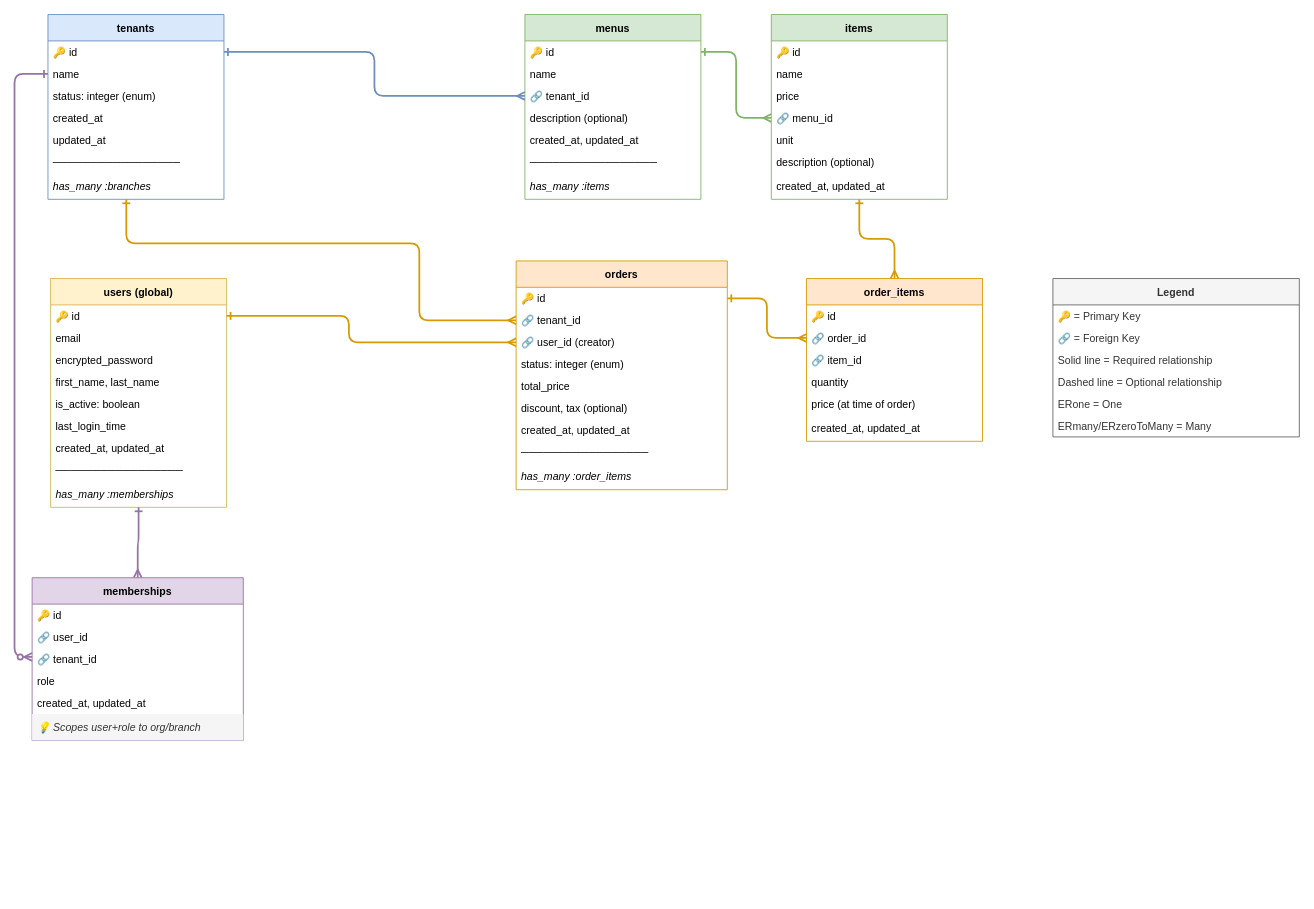
Earlier version of the draw.io diagram structure.drawio (shyamsarkar/Restaurants). Source tidied: cells renumbered, new cells numbered last; positions are measured from the earlier drawing's top-left corner, leaving out a move shared by most shapes. Both pictures are drawn from the tidied source at 88%, with x=0, y=0 at pixel (14, 14).
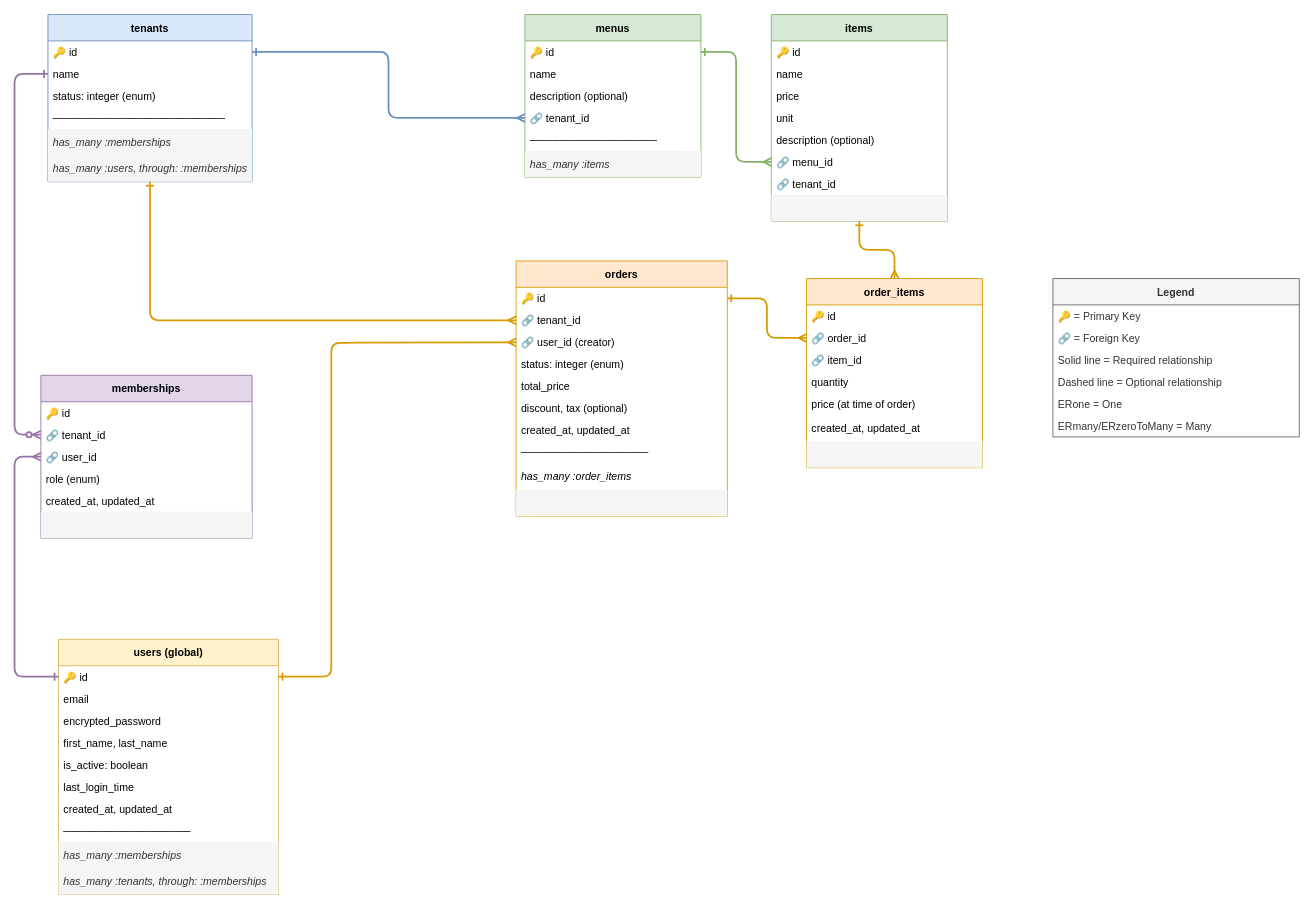
After the change.

Commit message (it also covers changes not shown here):
Database Structure updated

The change refers to these unchanged cells:
```xml
<mxCell id="45" value="🔗 tenant_id" style="text;strokeColor=none;fillColor=none;align=left;verticalAlign=middle;spacingLeft=4;spacingRight=4;overflow=hidden;points=[[0,0.5],[1,0.5]];portConstraint=eastwest;" parent="43" vertex="1">
  <mxGeometry y="55" width="240" height="25" as="geometry" />
</mxCell>
<mxCell id="46" value="🔗 user_id (creator)" style="text;strokeColor=none;fillColor=none;align=left;verticalAlign=middle;spacingLeft=4;spacingRight=4;overflow=hidden;points=[[0,0.5],[1,0.5]];portConstraint=eastwest;" parent="43" vertex="1">
  <mxGeometry y="80" width="240" height="25" as="geometry" />
</mxCell>
```

Diff of the diagram source:
```diff
@@
     <mxCell id="2" value="tenants" style="swimlane;fontStyle=1;horizontal=1;startSize=30;fillColor=#dae8fc;strokeColor=#6c8ebf;" parent="1" vertex="1">
-      <mxGeometry x="38" width="200" height="210" as="geometry" />
+      <mxGeometry x="38" width="232" height="190" as="geometry" />
     </mxCell>
     <mxCell id="3" value="🔑 id" style="text;strokeColor=none;fillColor=none;align=left;verticalAlign=middle;spacingLeft=4;spacingRight=4;overflow=hidden;points=[[0,0.5],[1,0.5]];portConstraint=eastwest;" parent="2" vertex="1">
-      <mxGeometry y="30" width="200" height="25" as="geometry" />
+      <mxGeometry y="30" width="232" height="25" as="geometry" />
     </mxCell>
     <mxCell id="4" value="name" style="text;strokeColor=none;fillColor=none;align=left;verticalAlign=middle;spacingLeft=4;spacingRight=4;overflow=hidden;points=[[0,0.5],[1,0.5]];portConstraint=eastwest;" parent="2" vertex="1">
-      <mxGeometry y="55" width="200" height="25" as="geometry" />
+      <mxGeometry y="55" width="232" height="25" as="geometry" />
     </mxCell>
     <mxCell id="5" value="status: integer (enum)" style="text;strokeColor=none;fillColor=none;align=left;verticalAlign=middle;spacingLeft=4;spacingRight=4;overflow=hidden;" parent="2" vertex="1">
-      <mxGeometry y="80" width="200" height="25" as="geometry" />
+      <mxGeometry y="80" width="232" height="25" as="geometry" />
     </mxCell>
-    <mxCell id="6" value="created_at" style="text;strokeColor=none;fillColor=none;align=left;verticalAlign=middle;spacingLeft=4;spacingRight=4;overflow=hidden;" parent="2" vertex="1">
-      <mxGeometry y="105" width="200" height="25" as="geometry" />
-    </mxCell>
-    <mxCell id="7" value="updated_at" style="text;strokeColor=none;fillColor=none;align=left;verticalAlign=middle;spacingLeft=4;spacingRight=4;overflow=hidden;" parent="2" vertex="1">
-      <mxGeometry y="130" width="200" height="25" as="geometry" />
-    </mxCell>
-    <mxCell id="8" value="─────────────────" style="text;strokeColor=none;fillColor=none;align=left;verticalAlign=middle;spacingLeft=4;spacingRight=4;overflow=hidden;fontStyle=2;" parent="2" vertex="1">
-      <mxGeometry y="155" width="200" height="25" as="geometry" />
+    <mxCell id="8" value="───────────────────────" style="text;strokeColor=none;fillColor=none;align=left;verticalAlign=middle;spacingLeft=4;spacingRight=4;overflow=hidden;fontStyle=2;" parent="2" vertex="1">
+      <mxGeometry y="105" width="232" height="25" as="geometry" />
     </mxCell>
-    <mxCell id="9" value="has_many :branches" style="text;strokeColor=none;fillColor=none;align=left;verticalAlign=middle;spacingLeft=4;spacingRight=4;overflow=hidden;points=[[0,0.5],[1,0.5]];portConstraint=eastwest;fontStyle=2;" parent="2" vertex="1">
-      <mxGeometry y="180" width="200" height="30" as="geometry" />
-    </mxCell>
+    <mxCell id="75" value="has_many :memberships" style="text;strokeColor=none;fillColor=#f5f5f5;align=left;verticalAlign=middle;spacingLeft=4;spacingRight=4;overflow=hidden;fontStyle=2;fontColor=#333333;" parent="2" vertex="1">
+      <mxGeometry y="130" width="232" height="30" as="geometry" />
+    </mxCell>
+    <mxCell id="76" value="has_many :users, through: :memberships" style="text;strokeColor=none;fillColor=#f5f5f5;align=left;verticalAlign=middle;spacingLeft=4;spacingRight=4;overflow=hidden;fontStyle=2;fontColor=#333333;" parent="2" vertex="1">
+      <mxGeometry y="160" width="232" height="30" as="geometry" />
+    </mxCell>
     <mxCell id="10" value="users (global)" style="swimlane;fontStyle=1;horizontal=1;startSize=30;fillColor=#fff2cc;strokeColor=#d6b656;" parent="1" vertex="1">
-      <mxGeometry x="41" y="300" width="200" height="260" as="geometry" />
+      <mxGeometry x="50" y="710" width="250" height="290" as="geometry" />
     </mxCell>
     <mxCell id="11" value="🔑 id" style="text;strokeColor=none;fillColor=none;align=left;verticalAlign=middle;spacingLeft=4;spacingRight=4;overflow=hidden;points=[[0,0.5],[1,0.5]];portConstraint=eastwest;" parent="10" vertex="1">
-      <mxGeometry y="30" width="200" height="25" as="geometry" />
+      <mxGeometry y="30" width="250" height="25" as="geometry" />
     </mxCell>
     <mxCell id="12" value="email" style="text;strokeColor=none;fillColor=none;align=left;verticalAlign=middle;spacingLeft=4;spacingRight=4;overflow=hidden;" parent="10" vertex="1">
-      <mxGeometry y="55" width="200" height="25" as="geometry" />
+      <mxGeometry y="55" width="250" height="25" as="geometry" />
     </mxCell>
     <mxCell id="13" value="encrypted_password" style="text;strokeColor=none;fillColor=none;align=left;verticalAlign=middle;spacingLeft=4;spacingRight=4;overflow=hidden;" parent="10" vertex="1">
-      <mxGeometry y="80" width="200" height="25" as="geometry" />
+      <mxGeometry y="80" width="250" height="25" as="geometry" />
     </mxCell>
     <mxCell id="14" value="first_name, last_name" style="text;strokeColor=none;fillColor=none;align=left;verticalAlign=middle;spacingLeft=4;spacingRight=4;overflow=hidden;" parent="10" vertex="1">
-      <mxGeometry y="105" width="200" height="25" as="geometry" />
+      <mxGeometry y="105" width="250" height="25" as="geometry" />
     </mxCell>
     <mxCell id="15" value="is_active: boolean" style="text;strokeColor=none;fillColor=none;align=left;verticalAlign=middle;spacingLeft=4;spacingRight=4;overflow=hidden;" parent="10" vertex="1">
-      <mxGeometry y="130" width="200" height="25" as="geometry" />
+      <mxGeometry y="130" width="250" height="25" as="geometry" />
     </mxCell>
     <mxCell id="16" value="last_login_time" style="text;strokeColor=none;fillColor=none;align=left;verticalAlign=middle;spacingLeft=4;spacingRight=4;overflow=hidden;" parent="10" vertex="1">
-      <mxGeometry y="155" width="200" height="25" as="geometry" />
+      <mxGeometry y="155" width="250" height="25" as="geometry" />
     </mxCell>
     <mxCell id="17" value="created_at, updated_at" style="text;strokeColor=none;fillColor=none;align=left;verticalAlign=middle;spacingLeft=4;spacingRight=4;overflow=hidden;" parent="10" vertex="1">
-      <mxGeometry y="180" width="200" height="25" as="geometry" />
+      <mxGeometry y="180" width="250" height="25" as="geometry" />
     </mxCell>
     <mxCell id="18" value="─────────────────" style="text;strokeColor=none;fillColor=none;align=left;verticalAlign=middle;spacingLeft=4;spacingRight=4;overflow=hidden;fontStyle=2;" parent="10" vertex="1">
-      <mxGeometry y="205" width="200" height="25" as="geometry" />
+      <mxGeometry y="205" width="250" height="25" as="geometry" />
     </mxCell>
-    <mxCell id="19" value="has_many :memberships" style="text;strokeColor=none;fillColor=none;align=left;verticalAlign=middle;spacingLeft=4;spacingRight=4;overflow=hidden;fontStyle=2;" parent="10" vertex="1">
-      <mxGeometry y="230" width="200" height="30" as="geometry" />
-    </mxCell>
+    <mxCell id="77" value="has_many :memberships" style="text;strokeColor=none;fillColor=#f5f5f5;align=left;verticalAlign=middle;spacingLeft=4;spacingRight=4;overflow=hidden;fontStyle=2;fontColor=#333333;" parent="10" vertex="1">
+      <mxGeometry y="230" width="250" height="30" as="geometry" />
+    </mxCell>
+    <mxCell id="78" value="has_many :tenants, through: :memberships" style="text;strokeColor=none;fillColor=#f5f5f5;align=left;verticalAlign=middle;spacingLeft=4;spacingRight=4;overflow=hidden;fontStyle=2;fontColor=#333333;" parent="10" vertex="1">
+      <mxGeometry y="260" width="250" height="30" as="geometry" />
+    </mxCell>
     <mxCell id="20" value="memberships" style="swimlane;fontStyle=1;horizontal=1;startSize=30;fillColor=#e1d5e7;strokeColor=#9673a6;" parent="1" vertex="1">
-      <mxGeometry x="20" y="640" width="240" height="185" as="geometry" />
+      <mxGeometry x="30" y="410" width="240" height="185" as="geometry" />
     </mxCell>
@@
+    <mxCell id="23" value="🔗 tenant_id" style="text;strokeColor=none;fillColor=none;align=left;verticalAlign=middle;spacingLeft=4;spacingRight=4;overflow=hidden;points=[[0,0.5],[1,0.5]];portConstraint=eastwest;" parent="20" vertex="1">
+      <mxGeometry y="55" width="240" height="25" as="geometry" />
+    </mxCell>
     <mxCell id="22" value="🔗 user_id" style="text;strokeColor=none;fillColor=none;align=left;verticalAlign=middle;spacingLeft=4;spacingRight=4;overflow=hidden;points=[[0,0.5],[1,0.5]];portConstraint=eastwest;" parent="20" vertex="1">
-      <mxGeometry y="55" width="240" height="25" as="geometry" />
+      <mxGeometry y="80" width="240" height="25" as="geometry" />
     </mxCell>
-    <mxCell id="23" value="🔗 tenant_id" style="text;strokeColor=none;fillColor=none;align=left;verticalAlign=middle;spacingLeft=4;spacingRight=4;overflow=hidden;points=[[0,0.5],[1,0.5]];portConstraint=eastwest;" parent="20" vertex="1">
-      <mxGeometry y="80" width="240" height="25" as="geometry" />
-    </mxCell>
-    <mxCell id="24" value="role" style="text;strokeColor=none;fillColor=none;align=left;verticalAlign=middle;spacingLeft=4;spacingRight=4;overflow=hidden;" parent="20" vertex="1">
+    <mxCell id="24" value="role (enum)" style="text;strokeColor=none;fillColor=none;align=left;verticalAlign=middle;spacingLeft=4;spacingRight=4;overflow=hidden;" parent="20" vertex="1">
       <mxGeometry y="105" width="240" height="25" as="geometry" />
     </mxCell>
@@
-    <mxCell id="26" value="💡 Scopes user+role to org/branch" style="text;strokeColor=none;fillColor=#f5f5f5;align=left;verticalAlign=middle;spacingLeft=4;spacingRight=4;overflow=hidden;fontStyle=2;fontColor=#333333;" parent="20" vertex="1">
+    <mxCell id="26" style="text;strokeColor=none;fillColor=#f5f5f5;align=left;verticalAlign=middle;spacingLeft=4;spacingRight=4;overflow=hidden;fontStyle=2;fontColor=#333333;" parent="20" vertex="1">
       <mxGeometry y="155" width="240" height="30" as="geometry" />
     </mxCell>
     <mxCell id="27" value="menus" style="swimlane;fontStyle=1;horizontal=1;startSize=30;fillColor=#d5e8d4;strokeColor=#82b366;" parent="1" vertex="1">
-      <mxGeometry x="580" width="200" height="210" as="geometry" />
+      <mxGeometry x="580" width="200" height="185" as="geometry" />
     </mxCell>
@@
+    <mxCell id="31" value="description (optional)" style="text;strokeColor=none;fillColor=none;align=left;verticalAlign=middle;spacingLeft=4;spacingRight=4;overflow=hidden;" parent="27" vertex="1">
+      <mxGeometry y="80" width="200" height="25" as="geometry" />
+    </mxCell>
     <mxCell id="30" value="🔗 tenant_id" style="text;strokeColor=none;fillColor=none;align=left;verticalAlign=middle;spacingLeft=4;spacingRight=4;overflow=hidden;points=[[0,0.5],[1,0.5]];portConstraint=eastwest;" parent="27" vertex="1">
-      <mxGeometry y="80" width="200" height="25" as="geometry" />
+      <mxGeometry y="105" width="200" height="25" as="geometry" />
     </mxCell>
-    <mxCell id="31" value="description (optional)" style="text;strokeColor=none;fillColor=none;align=left;verticalAlign=middle;spacingLeft=4;spacingRight=4;overflow=hidden;" parent="27" vertex="1">
-      <mxGeometry y="105" width="200" height="25" as="geometry" />
-    </mxCell>
-    <mxCell id="32" value="created_at, updated_at" style="text;strokeColor=none;fillColor=none;align=left;verticalAlign=middle;spacingLeft=4;spacingRight=4;overflow=hidden;" parent="27" vertex="1">
-      <mxGeometry y="130" width="200" height="25" as="geometry" />
-    </mxCell>
     <mxCell id="33" value="─────────────────" style="text;strokeColor=none;fillColor=none;align=left;verticalAlign=middle;spacingLeft=4;spacingRight=4;overflow=hidden;fontStyle=2;" parent="27" vertex="1">
-      <mxGeometry y="155" width="200" height="25" as="geometry" />
+      <mxGeometry y="130" width="200" height="25" as="geometry" />
     </mxCell>
-    <mxCell id="34" value="has_many :items" style="text;strokeColor=none;fillColor=none;align=left;verticalAlign=middle;spacingLeft=4;spacingRight=4;overflow=hidden;fontStyle=2;" parent="27" vertex="1">
-      <mxGeometry y="180" width="200" height="30" as="geometry" />
+    <mxCell id="34" value="has_many :items" style="text;strokeColor=none;fillColor=#f5f5f5;align=left;verticalAlign=middle;spacingLeft=4;spacingRight=4;overflow=hidden;fontStyle=2;fontColor=#333333;" parent="27" vertex="1">
+      <mxGeometry y="155" width="200" height="30" as="geometry" />
     </mxCell>
     <mxCell id="35" value="items" style="swimlane;fontStyle=1;horizontal=1;startSize=30;fillColor=#d5e8d4;strokeColor=#82b366;" parent="1" vertex="1">
-      <mxGeometry x="860" width="200" height="210" as="geometry" />
+      <mxGeometry x="860" width="200" height="235" as="geometry" />
     </mxCell>
@@
-    <mxCell id="39" value="🔗 menu_id" style="text;strokeColor=none;fillColor=none;align=left;verticalAlign=middle;spacingLeft=4;spacingRight=4;overflow=hidden;points=[[0,0.5],[1,0.5]];portConstraint=eastwest;" parent="35" vertex="1">
-      <mxGeometry y="105" width="200" height="25" as="geometry" />
-    </mxCell>
     <mxCell id="40" value="unit" style="text;strokeColor=none;fillColor=none;align=left;verticalAlign=middle;spacingLeft=4;spacingRight=4;overflow=hidden;" parent="35" vertex="1">
-      <mxGeometry y="130" width="200" height="25" as="geometry" />
+      <mxGeometry y="105" width="200" height="25" as="geometry" />
     </mxCell>
     <mxCell id="41" value="description (optional)" style="text;strokeColor=none;fillColor=none;align=left;verticalAlign=middle;spacingLeft=4;spacingRight=4;overflow=hidden;" parent="35" vertex="1">
-      <mxGeometry y="155" width="200" height="25" as="geometry" />
+      <mxGeometry y="130" width="200" height="25" as="geometry" />
     </mxCell>
-    <mxCell id="42" value="created_at, updated_at" style="text;strokeColor=none;fillColor=none;align=left;verticalAlign=middle;spacingLeft=4;spacingRight=4;overflow=hidden;" parent="35" vertex="1">
-      <mxGeometry y="180" width="200" height="30" as="geometry" />
-    </mxCell>
+    <mxCell id="39" value="🔗 menu_id" style="text;strokeColor=none;fillColor=none;align=left;verticalAlign=middle;spacingLeft=4;spacingRight=4;overflow=hidden;points=[[0,0.5],[1,0.5]];portConstraint=eastwest;" parent="35" vertex="1">
+      <mxGeometry y="155" width="200" height="25" as="geometry" />
+    </mxCell>
+    <mxCell id="79" value="🔗 tenant_id" style="text;strokeColor=none;fillColor=none;align=left;verticalAlign=middle;spacingLeft=4;spacingRight=4;overflow=hidden;" parent="35" vertex="1">
+      <mxGeometry y="180" width="200" height="25" as="geometry" />
+    </mxCell>
+    <mxCell id="80" style="text;strokeColor=none;fillColor=#f5f5f5;align=left;verticalAlign=middle;spacingLeft=4;spacingRight=4;overflow=hidden;fontStyle=2;fontColor=#333333;" parent="35" vertex="1">
+      <mxGeometry y="205" width="200" height="30" as="geometry" />
+    </mxCell>
     <mxCell id="43" value="orders" style="swimlane;fontStyle=1;horizontal=1;startSize=30;fillColor=#ffe6cc;strokeColor=#d79b00;" parent="1" vertex="1">
-      <mxGeometry x="570" y="280" width="240" height="260" as="geometry" />
+      <mxGeometry x="570" y="280" width="240" height="290" as="geometry" />
     </mxCell>
@@
+    <mxCell id="81" style="text;strokeColor=none;fillColor=#f5f5f5;align=left;verticalAlign=middle;spacingLeft=4;spacingRight=4;overflow=hidden;fontStyle=2;fontColor=#333333;" parent="43" vertex="1">
+      <mxGeometry y="260" width="240" height="30" as="geometry" />
+    </mxCell>
     <mxCell id="53" value="order_items" style="swimlane;fontStyle=1;horizontal=1;startSize=30;fillColor=#ffe6cc;strokeColor=#d79b00;" parent="1" vertex="1">
-      <mxGeometry x="900" y="300" width="200" height="185" as="geometry" />
+      <mxGeometry x="900" y="300" width="200" height="215" as="geometry" />
     </mxCell>
@@
+    <mxCell id="82" style="text;strokeColor=none;fillColor=#f5f5f5;align=left;verticalAlign=middle;spacingLeft=4;spacingRight=4;overflow=hidden;fontStyle=2;fontColor=#333333;" parent="53" vertex="1">
+      <mxGeometry y="185" width="200" height="30" as="geometry" />
+    </mxCell>
@@
-    <mxCell id="62" style="edgeStyle=orthogonalEdgeStyle;fontSize=12;html=1;endArrow=ERmany;startArrow=ERone;entryX=0;entryY=0.5;exitX=0.445;exitY=1;strokeWidth=2;strokeColor=#d79b00;exitDx=0;exitDy=0;exitPerimeter=0;entryDx=0;entryDy=0;" parent="1" edge="1" source="9" target="45">
+    <mxCell id="62" style="edgeStyle=orthogonalEdgeStyle;fontSize=12;html=1;endArrow=ERmany;startArrow=ERone;entryX=0;entryY=0.5;strokeWidth=2;strokeColor=#d79b00;entryDx=0;entryDy=0;exitX=0.5;exitY=1;exitDx=0;exitDy=0;" parent="1" edge="1" source="2" target="45">
       <mxGeometry relative="1" as="geometry">
         <Array as="points">
-          <mxPoint x="127" y="260" />
-          <mxPoint x="460" y="260" />
-          <mxPoint x="460" y="348" />
+          <mxPoint x="154" y="348" />
         </Array>
       </mxGeometry>
     </mxCell>
     <mxCell id="63" style="edgeStyle=orthogonalEdgeStyle;fontSize=12;html=1;endArrow=ERmany;startArrow=ERone;entryX=0;entryY=0.5;exitX=1;exitY=0.5;strokeWidth=2;strokeColor=#d79b00;" parent="1" edge="1" source="11" target="46">
       <mxGeometry relative="1" as="geometry">
         <Array as="points">
-          <mxPoint x="380" y="343" />
+          <mxPoint x="360" y="753" />
+          <mxPoint x="360" y="373" />
           <mxPoint x="380" y="373" />
         </Array>
       </mxGeometry>
     </mxCell>
@@
-    <mxCell id="66" style="edgeStyle=orthogonalEdgeStyle;fontSize=12;html=1;endArrow=ERmany;startArrow=ERone;entryX=0.5;entryY=0;exitX=0.5;exitY=1;strokeWidth=2;strokeColor=#9673a6;" parent="1" edge="1" source="10" target="20">
-      <mxGeometry relative="1" as="geometry" />
+    <mxCell id="66" style="edgeStyle=orthogonalEdgeStyle;fontSize=12;html=1;endArrow=ERmany;startArrow=ERone;exitX=0;exitY=0.5;strokeWidth=2;strokeColor=#9673a6;entryX=0;entryY=0.5;entryDx=0;entryDy=0;exitDx=0;exitDy=0;" parent="1" edge="1" source="11" target="22">
+      <mxGeometry relative="1" as="geometry">
+        <Array as="points">
+          <mxPoint y="753" />
+          <mxPoint y="503" />
+        </Array>
+      </mxGeometry>
     </mxCell>
-    <mxCell id="67" style="edgeStyle=orthogonalEdgeStyle;fontSize=12;html=1;endArrow=ERzeroToMany;startArrow=ERone;exitX=0;exitY=0.5;strokeWidth=2;strokeColor=#9673a6;" parent="1" edge="1" source="4">
+    <mxCell id="67" style="edgeStyle=orthogonalEdgeStyle;fontSize=12;html=1;endArrow=ERzeroToMany;startArrow=ERone;exitX=0;exitY=0.5;strokeWidth=2;strokeColor=#9673a6;entryX=0;entryY=0.5;entryDx=0;entryDy=0;" parent="1" edge="1" source="4" target="23">
       <mxGeometry relative="1" as="geometry">
-        <mxPoint x="20" y="730" as="targetPoint" />
         <Array as="points">
-          <mxPoint y="68" />
-          <mxPoint y="730" />
-          <mxPoint x="20" y="730" />
+          <mxPoint y="67" />
+          <mxPoint y="478" />
+          <mxPoint x="30" y="478" />
         </Array>
       </mxGeometry>
     </mxCell>
```
